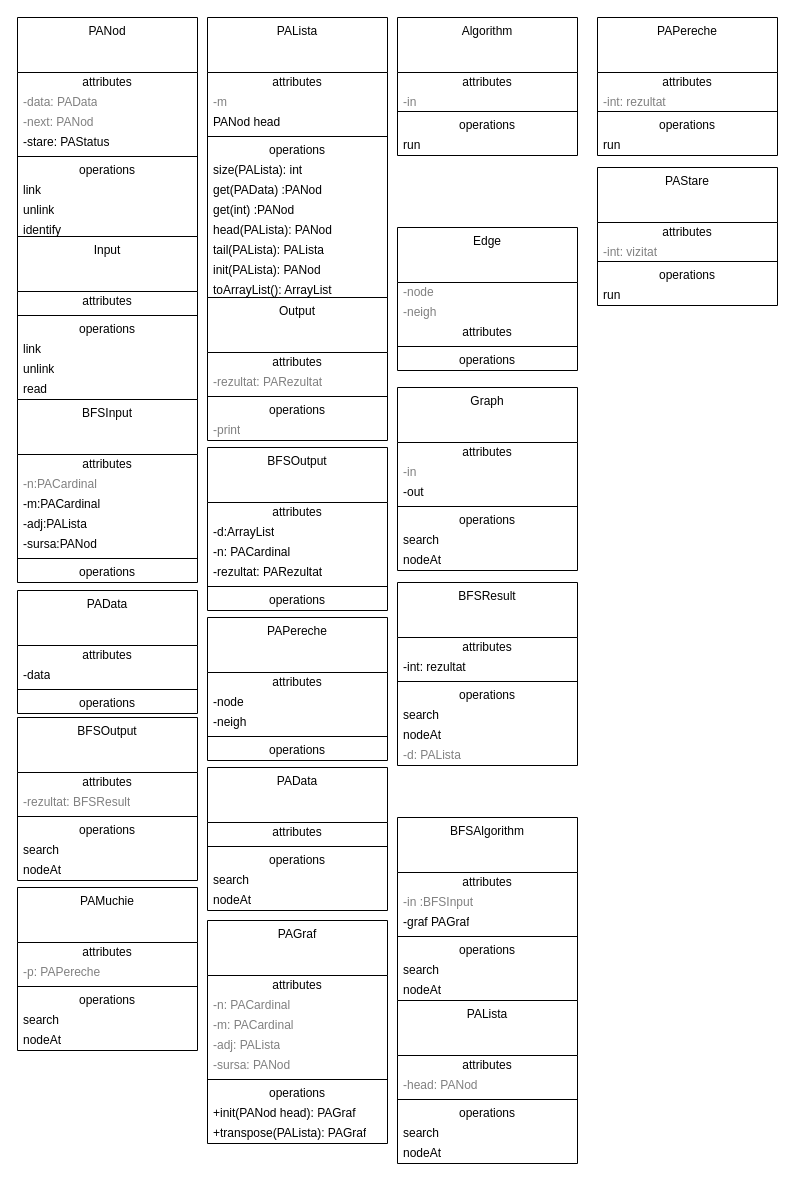
Before: test.drawio in Cristof17/PALibrary, a draw.io diagram. Source tidied: cells renumbered, new cells numbered last; positions are measured from the earlier drawing's top-left corner, leaving out a move shared by most shapes. Both pictures are drawn from the tidied source at 100%, with x=0, y=0 at pixel (17, 17).
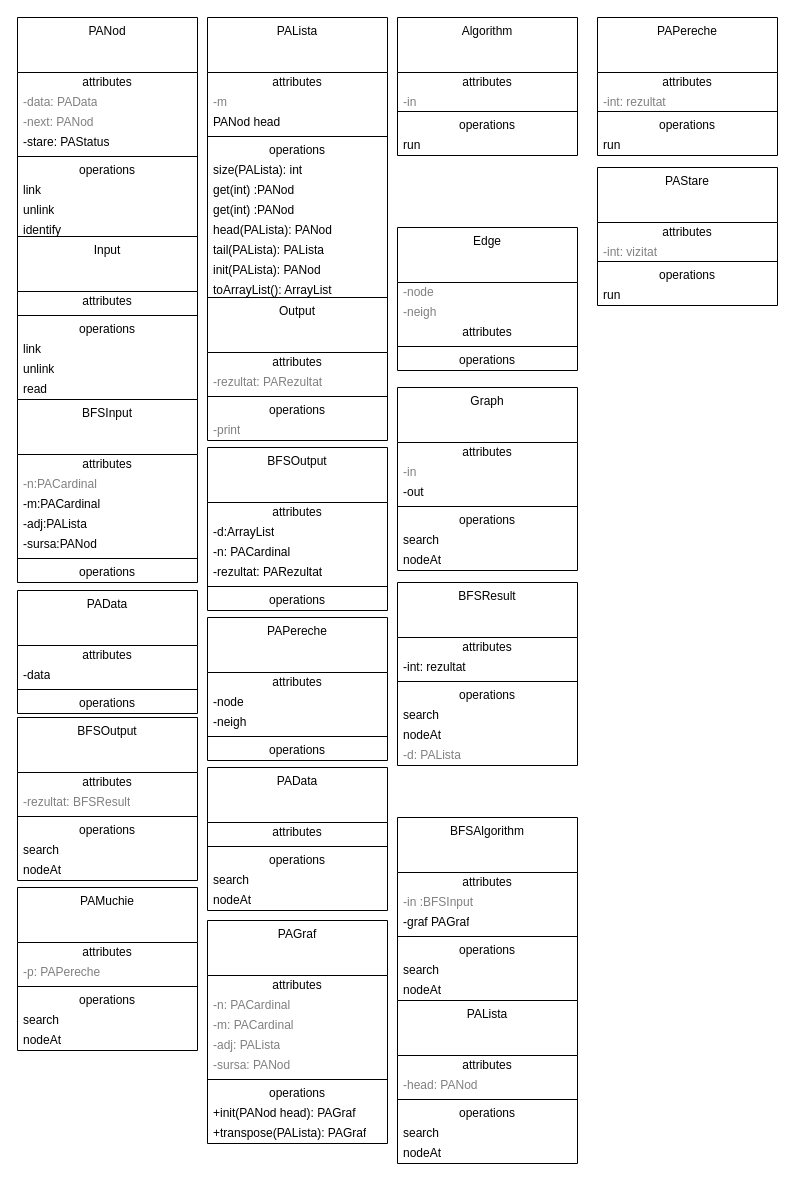
The same page after the edit.

The change refers to these unchanged cells:
```xml
<mxCell id="12" value="PALista" style="swimlane;fontStyle=0;align=center;verticalAlign=top;horizontal=1;startSize=55;html=1;whiteSpace=wrap;" parent="1" vertex="1">
  <mxGeometry x="190" width="180" height="283" as="geometry" />
</mxCell>
```

The edit, as a diff of the source:
```diff
@@
-    <mxCell id="19" value="get(PAData) :PANod" style="text;html=1;strokeColor=none;fillColor=none;align=left;verticalAlign=middle;spacingLeft=4;spacingRight=4;overflow=hidden;whiteSpace=wrap;" parent="12" vertex="1">
+    <mxCell id="19" value="get(int) :PANod" style="text;html=1;strokeColor=none;fillColor=none;align=left;verticalAlign=middle;spacingLeft=4;spacingRight=4;overflow=hidden;whiteSpace=wrap;" parent="12" vertex="1">
       <mxGeometry y="163" width="180" height="20" as="geometry" />
     </mxCell>
```
